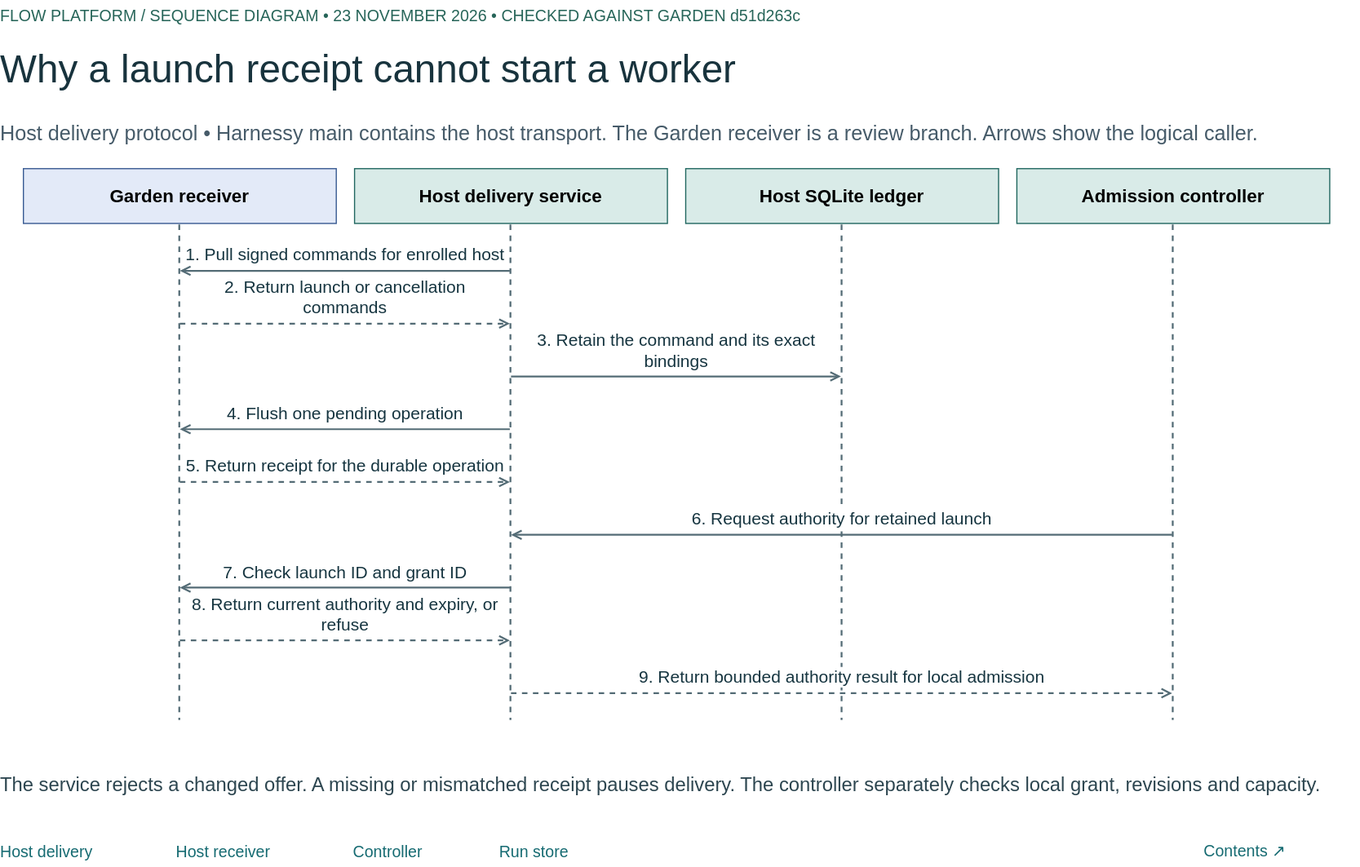
Earlier version of the draw.io export docs/diagrams/garden-host-launch.drawio.svg (Flow-Research/garden). Source tidied: cells renumbered, new cells last; positions are measured from the earlier drawing's top-left corner, leaving out a move shared by most shapes.
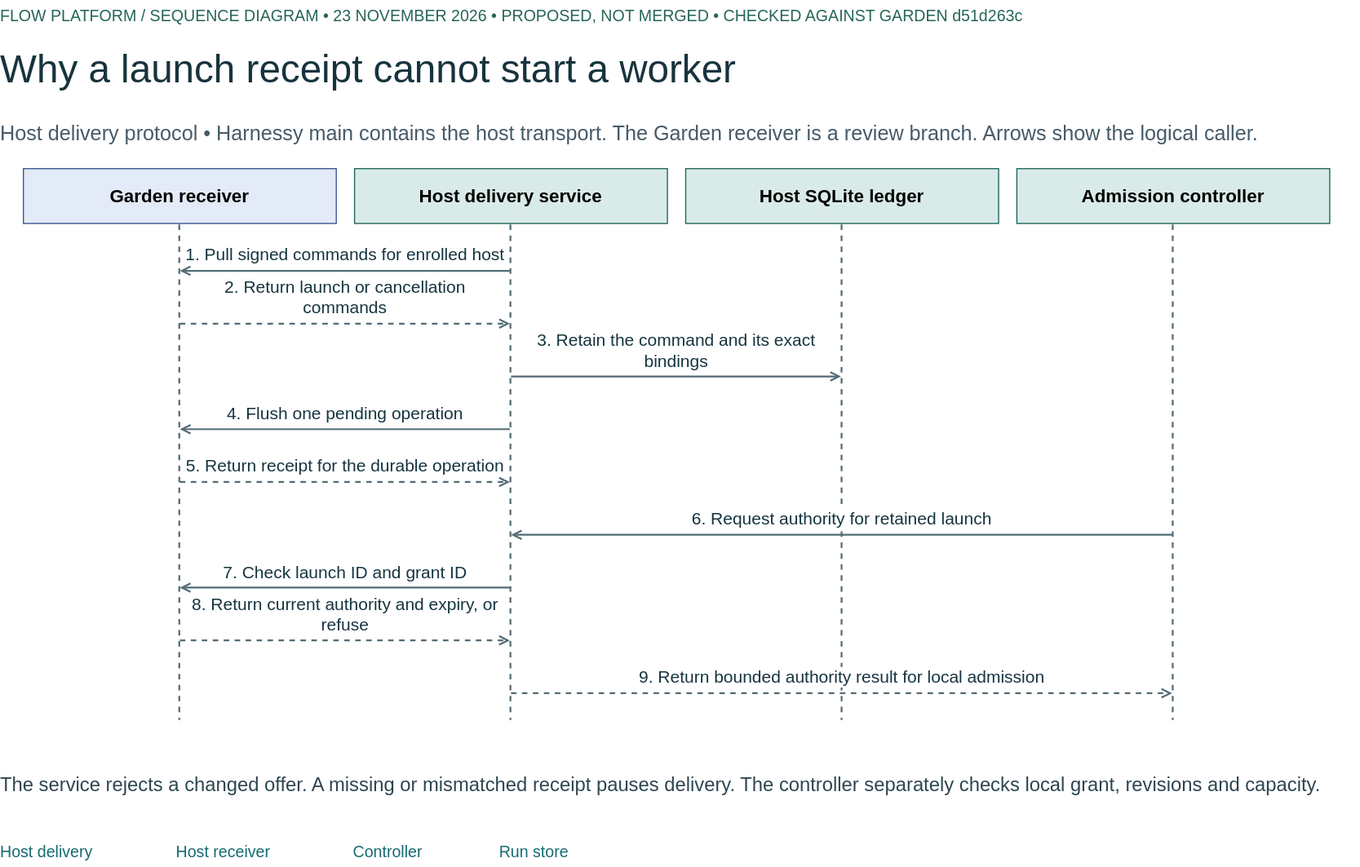
Above is the later version.

Commit message:
docs(diagrams): fix component flow, drop dead links, mark host diagrams proposed

Change to the diagram source:
```diff
@@ -2,7 +2,7 @@
   <root>
     <mxCell id="0" />
     <mxCell id="1" parent="0" />
-    <mxCell id="2" value="FLOW PLATFORM   /   SEQUENCE DIAGRAM     •     23 NOVEMBER 2026     •     CHECKED AGAINST GARDEN d51d263c" style="text;html=1;whiteSpace=wrap;align=left;verticalAlign=middle;spacing=0;fontFamily=Helvetica;fontSize=14;fontColor=#276559;" parent="1" vertex="1">
+    <mxCell id="2" value="FLOW PLATFORM   /   SEQUENCE DIAGRAM     •     23 NOVEMBER 2026     •     PROPOSED, NOT MERGED     •     CHECKED AGAINST GARDEN d51d263c" style="text;html=1;whiteSpace=wrap;align=left;verticalAlign=middle;spacing=0;fontFamily=Helvetica;fontSize=14;fontColor=#276559;" parent="1" vertex="1">
       <mxGeometry width="1160" height="25" as="geometry" />
     </mxCell>
     <mxCell id="3" value="Why a launch receipt cannot start a worker" style="text;html=1;whiteSpace=wrap;align=left;verticalAlign=middle;spacing=0;fontFamily=Helvetica;fontSize=34;fontColor=#18333D;" parent="1" vertex="1">
@@ -182,8 +182,5 @@
     <mxCell id="61" value="Run store" style="text;html=1;whiteSpace=wrap;align=left;verticalAlign=middle;spacing=0;fontFamily=Helvetica;fontSize=14;fontColor=#166B72;" parent="1" vertex="1">
       <mxGeometry x="436.8" y="734" width="97.2" height="24" as="geometry" />
     </mxCell>
-    <mxCell id="62" value="Contents ↗" style="text;html=1;whiteSpace=wrap;align=left;verticalAlign=middle;spacing=0;fontFamily=Helvetica;fontSize=14;fontColor=#166B72;" parent="1" vertex="1">
-      <mxGeometry x="1054" y="732" width="125" height="26" as="geometry" />
-    </mxCell>
   </root>
 </mxGraphModel>
```
